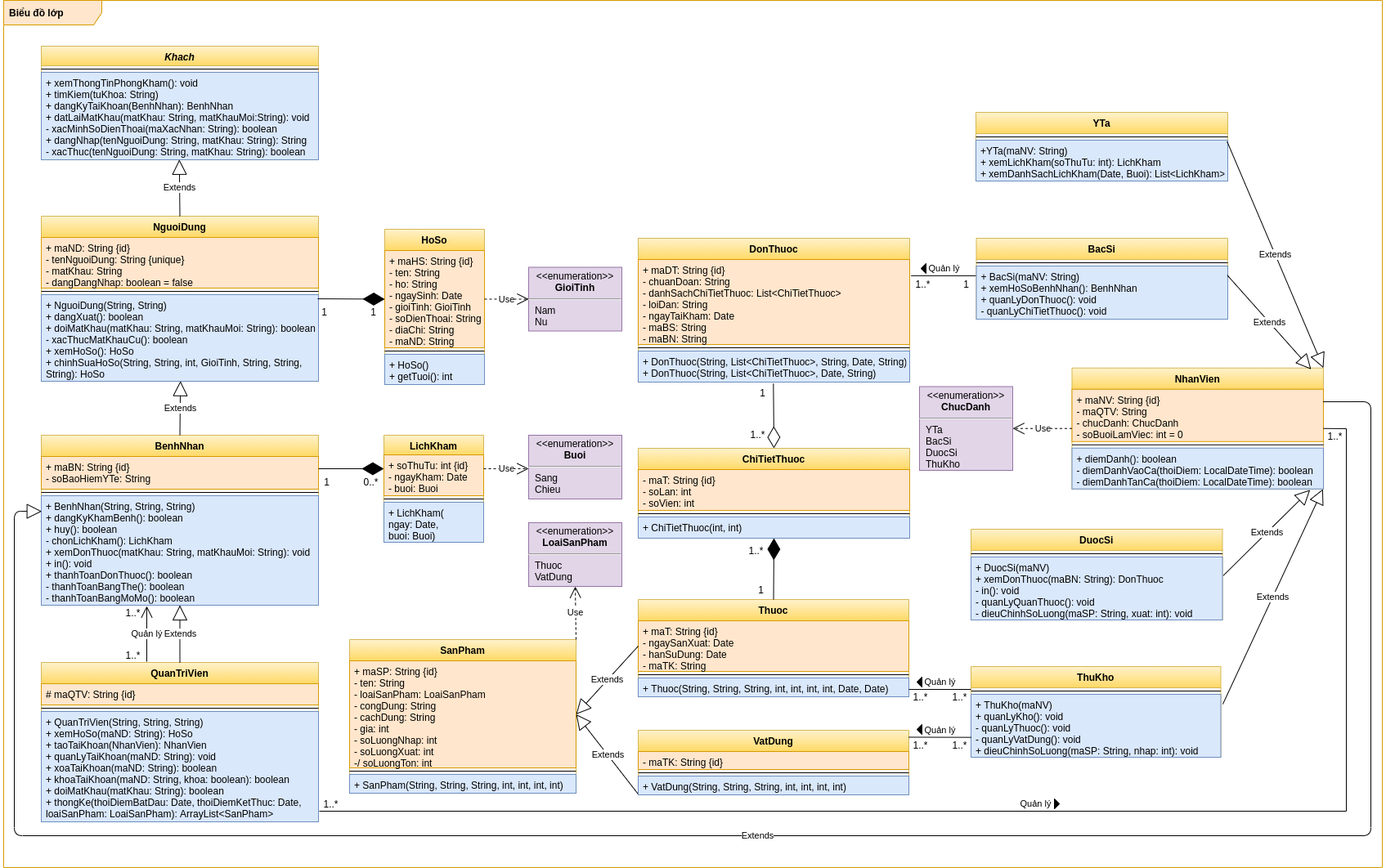
The draw.io diagram images/Class Diagram.png in luclegen/medicine16, before a commit. Source tidied: cells renumbered, new cells last; positions are measured from the earlier drawing's top-left corner, leaving out a move shared by most shapes.
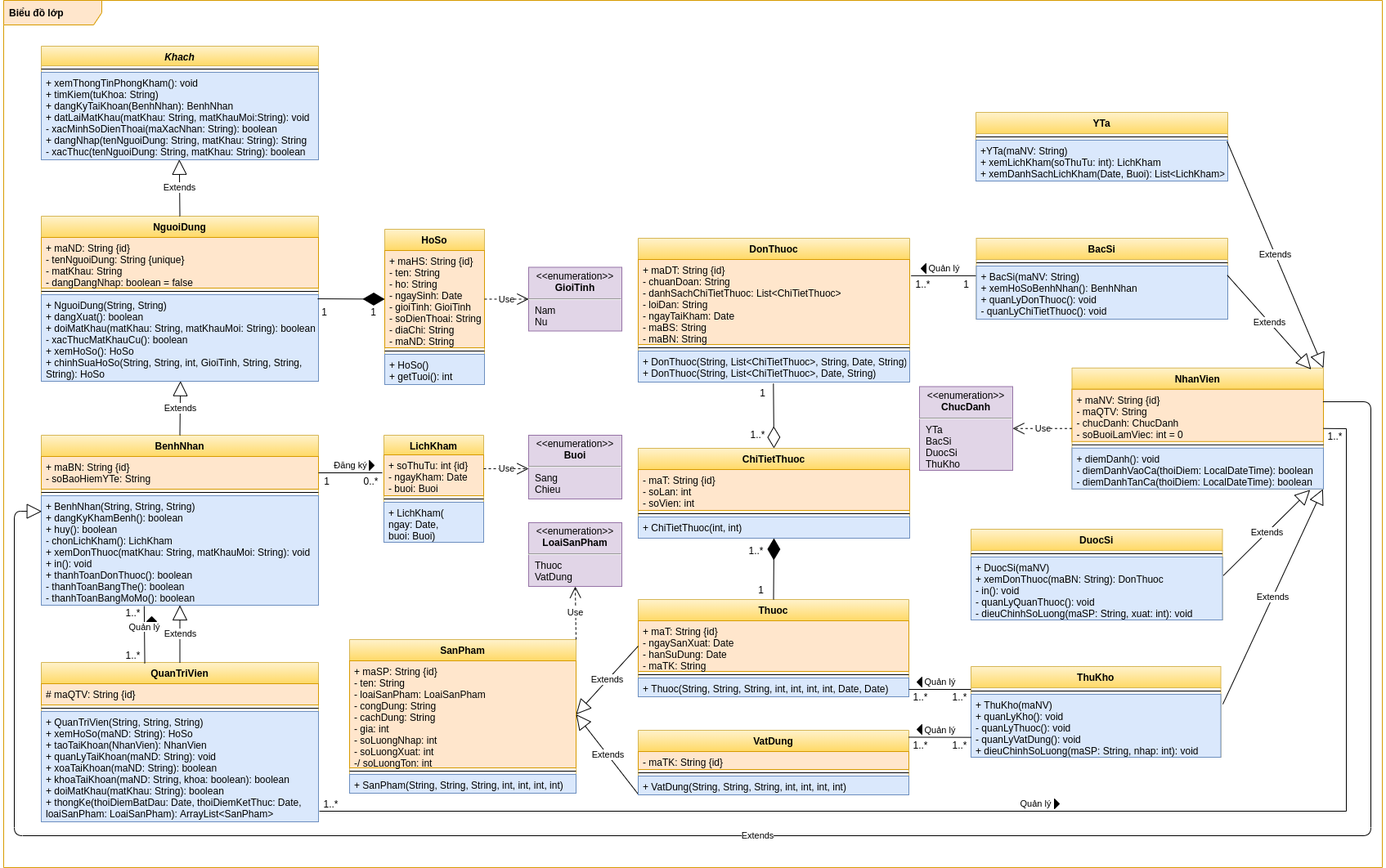
Above is the later version.

Commit message:
Update Class Diagram

The edit, as a diff of the source:
```diff
@@ -74,11 +74,6 @@
     <mxCell id="25" value="+ LichKham(&#10;ngay: Date,&#10;buoi: Buoi)" style="text;strokeColor=#6c8ebf;fillColor=#dae8fc;align=left;verticalAlign=top;spacingLeft=4;spacingRight=4;overflow=hidden;fontStyle=0;" parent="22" vertex="1">
       <mxGeometry y="82" width="122" height="49" as="geometry" />
     </mxCell>
-    <mxCell id="26" style="endArrow=diamondThin;endFill=1;endSize=24;html=1;entryX=-0.001;entryY=0.34;entryDx=0;entryDy=0;entryPerimeter=0;" parent="1" edge="1" target="23">
-      <mxGeometry relative="1" as="geometry">
-        <mxPoint x="385" y="573" as="sourcePoint" />
-      </mxGeometry>
-    </mxCell>
     <mxCell id="27" value="&lt;p style=&quot;margin: 0px ; margin-top: 4px ; text-align: center&quot;&gt;&amp;lt;&amp;lt;enumeration&amp;gt;&amp;gt;&lt;br&gt;&lt;b&gt;Buoi&lt;/b&gt;&lt;/p&gt;&lt;hr&gt;&lt;p style=&quot;margin: 0px ; margin-left: 8px ; text-align: left&quot;&gt;Sang&lt;br&gt;Chieu&lt;/p&gt;" style="shape=rect;html=1;overflow=fill;whiteSpace=wrap;fillColor=#e1d5e7;strokeColor=#9673a6;" parent="1" vertex="1">
       <mxGeometry x="642" y="532" width="114" height="78" as="geometry" />
     </mxCell>
@@ -160,7 +155,7 @@
     <mxCell id="53" style="line;strokeWidth=1;fillColor=none;align=left;verticalAlign=middle;spacingTop=-1;spacingLeft=3;spacingRight=3;labelPosition=right;" parent="51" vertex="1">
       <mxGeometry y="90" width="307.5" height="8" as="geometry" />
     </mxCell>
-    <mxCell id="54" value="+ diemDanh(): boolean&#10;- diemDanhVaoCa(thoiDiem: LocalDateTime): boolean&#10;- diemDanhTanCa(thoiDiem: LocalDateTime): boolean" style="text;strokeColor=#6c8ebf;fillColor=#dae8fc;align=left;verticalAlign=top;spacingLeft=4;spacingRight=4;overflow=hidden;points=[[0,0.5],[1,0.5]];portConstraint=eastwest;fontStyle=0;" parent="51" vertex="1">
+    <mxCell id="54" value="+ diemDanh(): void&#10;- diemDanhVaoCa(thoiDiem: LocalDateTime): boolean&#10;- diemDanhTanCa(thoiDiem: LocalDateTime): boolean" style="text;strokeColor=#6c8ebf;fillColor=#dae8fc;align=left;verticalAlign=top;spacingLeft=4;spacingRight=4;overflow=hidden;points=[[0,0.5],[1,0.5]];portConstraint=eastwest;fontStyle=0;" parent="51" vertex="1">
       <mxGeometry y="98" width="307.5" height="50" as="geometry" />
     </mxCell>
     <mxCell id="55" value="Extends" style="endArrow=block;endSize=16;endFill=0;html=1;entryX=1;entryY=0;entryDx=0;entryDy=0;exitX=0.997;exitY=0.029;exitDx=0;exitDy=0;exitPerimeter=0;" parent="1" edge="1" source="35" target="51">
@@ -227,18 +222,6 @@
     <mxCell id="73" value="&lt;p style=&quot;margin: 0px ; margin-top: 4px ; text-align: center&quot;&gt;&amp;lt;&amp;lt;enumeration&amp;gt;&amp;gt;&lt;br&gt;&lt;b&gt;LoaiSanPham&lt;/b&gt;&lt;/p&gt;&lt;hr&gt;&lt;p style=&quot;margin: 0px ; margin-left: 8px ; text-align: left&quot;&gt;Thuoc&lt;br&gt;VatDung&lt;/p&gt;" style="shape=rect;html=1;overflow=fill;whiteSpace=wrap;fillColor=#e1d5e7;strokeColor=#9673a6;" parent="1" vertex="1">
       <mxGeometry x="642" y="639" width="114" height="78" as="geometry" />
     </mxCell>
-    <mxCell id="74" value="1..*" style="text;html=1;align=center;verticalAlign=middle;strokeColor=none;" parent="1" vertex="1">
-      <mxGeometry x="144" y="740" width="28" height="18" as="geometry" />
-    </mxCell>
-    <mxCell id="75" value="1..*" style="text;html=1;align=center;verticalAlign=middle;strokeColor=none;" parent="1" vertex="1">
-      <mxGeometry x="144" y="792" width="28" height="18" as="geometry" />
-    </mxCell>
-    <mxCell id="76" value="Quản lý" style="endArrow=open;endFill=1;endSize=12;html=1;labelBackgroundColor=#ffffff;" parent="1" edge="1">
-      <mxGeometry relative="1" as="geometry">
-        <mxPoint x="175" y="809" as="sourcePoint" />
-        <mxPoint x="175" y="741" as="targetPoint" />
-      </mxGeometry>
-    </mxCell>
     <mxCell id="77" value="VatDung" style="swimlane;fontStyle=1;align=center;verticalAlign=top;horizontal=1;startSize=26;fillColor=#fff2cc;strokeColor=#d6b656;gradientColor=#ffd966;" parent="1" vertex="1">
       <mxGeometry x="776" y="893" width="331" height="79" as="geometry" />
     </mxCell>
@@ -300,7 +283,7 @@
       <mxGeometry x="386" y="974" width="28" height="18" as="geometry" />
     </mxCell>
     <mxCell id="97" style="group;" parent="1" vertex="1">
-      <mxGeometry x="387" y="580" width="76" height="18" as="geometry" />
+      <mxGeometry x="387" y="579" width="76" height="18" as="geometry" />
     </mxCell>
     <mxCell id="98" value="0..*" style="text;html=1;align=center;verticalAlign=middle;strokeColor=none;" parent="97" vertex="1">
       <mxGeometry x="48" width="28" height="18" as="geometry" />
@@ -374,5 +357,31 @@
     <mxCell id="117" style="triangle;fillColor=#000000;direction=east;" parent="1" vertex="1">
       <mxGeometry x="1285" y="977" width="6" height="12" as="geometry" />
     </mxCell>
+    <mxCell id="76" value="&lt;meta charset=&quot;utf-8&quot;&gt;&lt;span style=&quot;color: rgb(0, 0, 0); font-family: helvetica; font-size: 11px; font-style: normal; font-weight: 400; letter-spacing: normal; text-align: center; text-indent: 0px; text-transform: none; word-spacing: 0px; background-color: rgb(255, 255, 255); display: inline; float: none;&quot;&gt;Quản lý&lt;/span&gt;" style="endArrow=none;html=1;rounded=0;align=center;verticalAlign=bottom;labelBackgroundColor=none;entryX=0.391;entryY=0.006;entryDx=0;entryDy=0;entryPerimeter=0;exitX=0.389;exitY=1.008;exitDx=0;exitDy=0;exitPerimeter=0;" parent="1" edge="1">
+      <mxGeometry relative="1" as="geometry">
+        <mxPoint x="171.9" y="741.1" as="sourcePoint" />
+        <mxPoint x="172.5" y="811.2" as="targetPoint" />
+      </mxGeometry>
+    </mxCell>
+    <mxCell id="118" style="triangle;fillColor=#000000;direction=north;" parent="1" vertex="1">
+      <mxGeometry x="175" y="754" width="12" height="6" as="geometry" />
+    </mxCell>
+    <mxCell id="119" style="group;" parent="1" vertex="1">
+      <mxGeometry x="144" y="740" width="28" height="70" as="geometry" />
+    </mxCell>
+    <mxCell id="74" value="1..*" style="text;html=1;align=center;verticalAlign=middle;strokeColor=none;" parent="119" vertex="1">
+      <mxGeometry width="28" height="18" as="geometry" />
+    </mxCell>
+    <mxCell id="75" value="1..*" style="text;html=1;align=center;verticalAlign=middle;strokeColor=none;" parent="119" vertex="1">
+      <mxGeometry y="52" width="28" height="18" as="geometry" />
+    </mxCell>
+    <mxCell id="120" style="triangle;fillColor=#000000;direction=east;" parent="1" vertex="1">
+      <mxGeometry x="447.1" y="562.9" width="6" height="12" as="geometry" />
+    </mxCell>
+    <mxCell id="121" value="&lt;font face=&quot;helvetica&quot;&gt;Đăng ký&lt;/font&gt;" style="endArrow=none;html=1;rounded=0;align=center;verticalAlign=bottom;labelBackgroundColor=none;entryX=1;entryY=0.5;entryDx=0;entryDy=0;" parent="1" edge="1" target="16">
+      <mxGeometry relative="1" as="geometry">
+        <mxPoint x="463" y="578" as="sourcePoint" />
+      </mxGeometry>
+    </mxCell>
   </root>
 </mxGraphModel>
```
